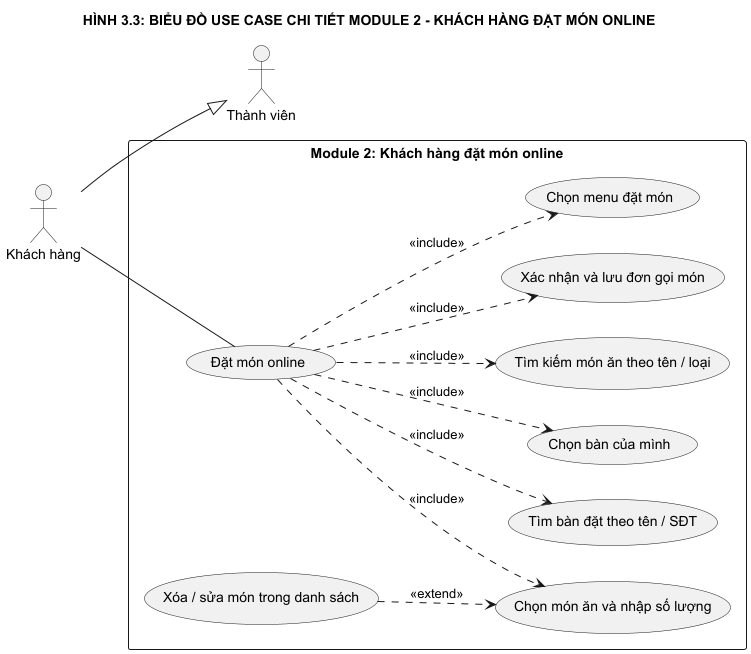
Earlier version of the PlantUML export docs/diagrams/Spec_03_UseCase_Module2.png (NEWBIE1005/RMS_RestaurantManagementSystem).
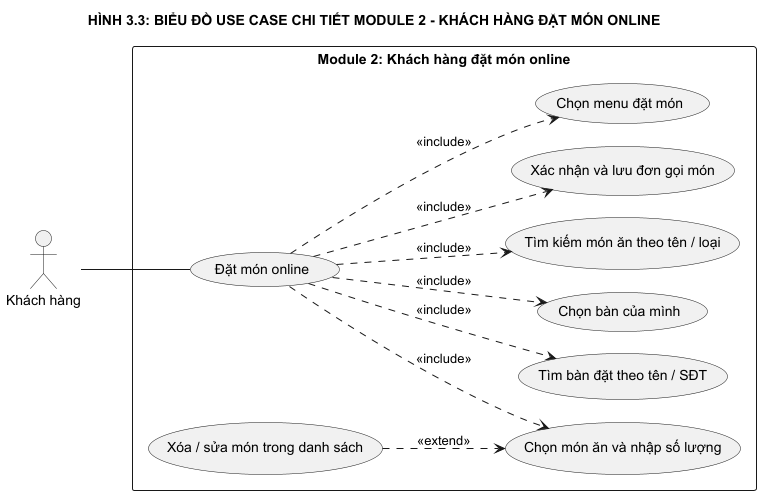
After the change.

The edit, as a diff of the source:
```diff
@@ -3,13 +3,12 @@
 skinparam packageStyle rectangle
 skinparam monochrome true
 skinparam shadowing false
+skinparam nodesep 22
+skinparam ranksep 65
 
 title HÌNH 3.3: BIỂU ĐỒ USE CASE CHI TIẾT MODULE 2 - KHÁCH HÀNG ĐẶT MÓN ONLINE
 
-actor "Thành viên" as Member
 actor "Khách hàng" as Customer
-
-Customer --|> Member
 
 rectangle "Module 2: Khách hàng đặt món online" {
     usecase "Đặt món online" as UC_OrderOnline
```
